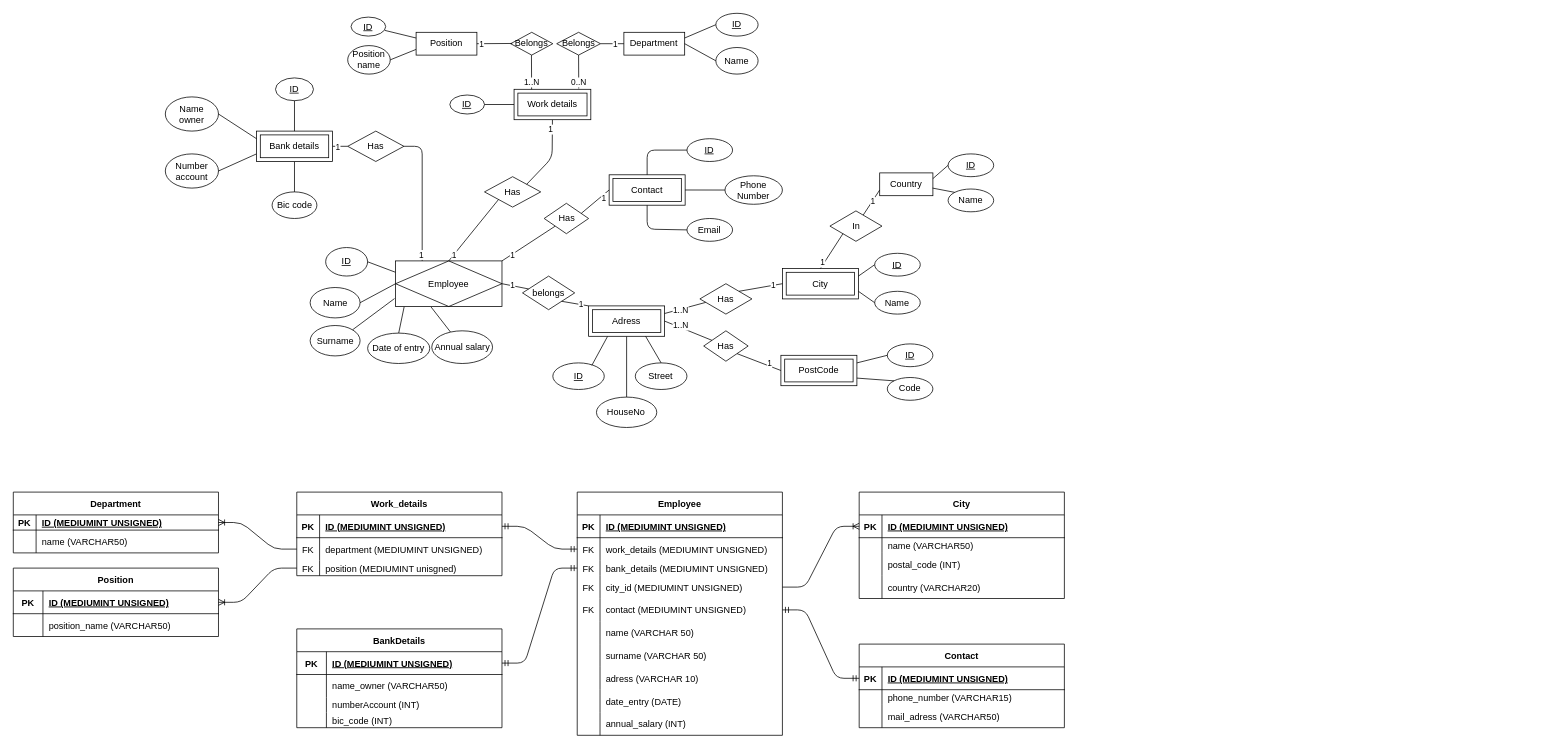
The draw.io diagram Scheme_database.drawio in AntoineD74/Database-project, before the edit. Source tidied: cells renumbered, new cells numbered last; positions are measured from the earlier drawing's top-left corner, leaving out a move shared by most shapes. Both pictures are drawn from the tidied source at 76%, with x=0, y=0 at pixel (13, 13).
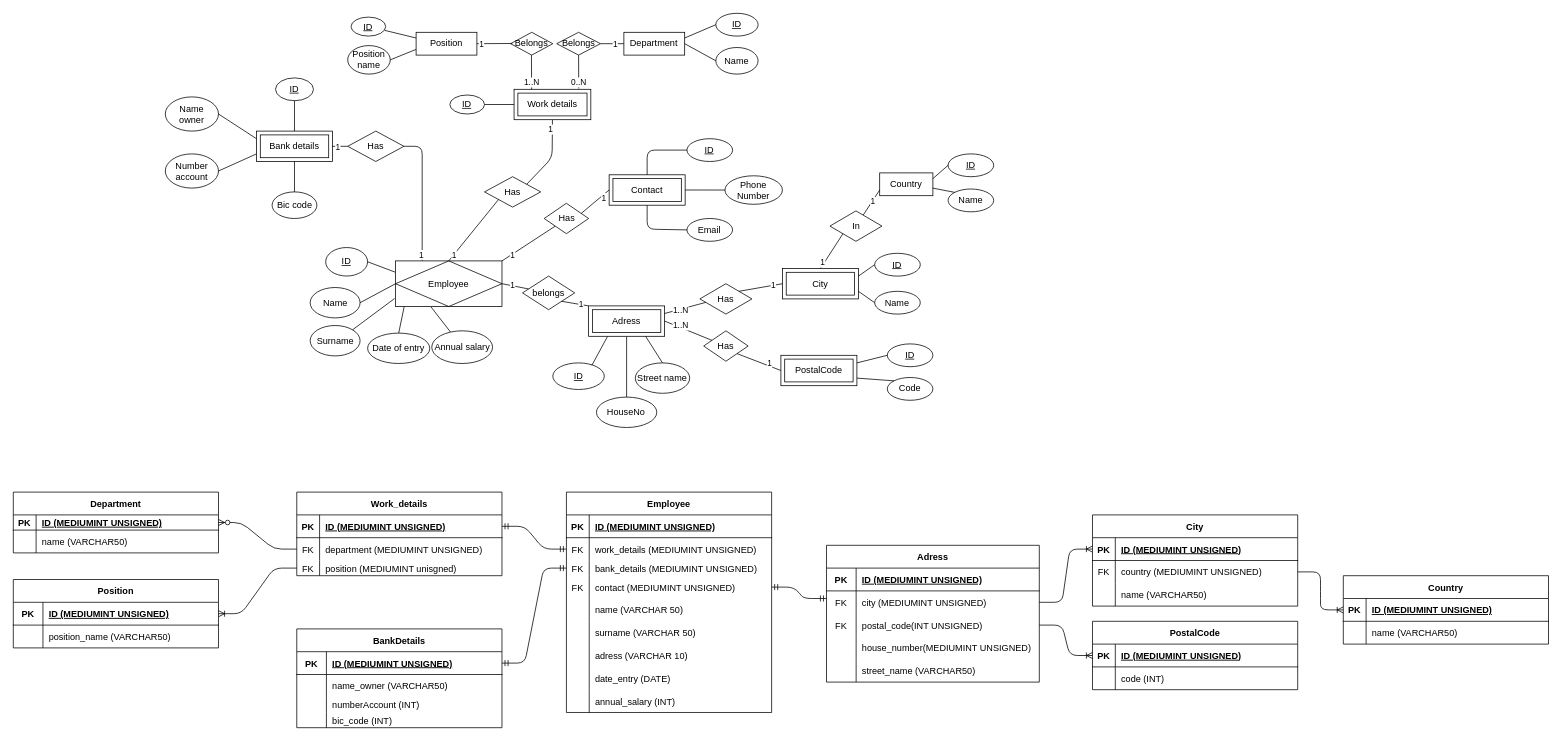
The same diagram, later.

The change refers to these unchanged cells:
```xml
<mxCell id="74" style="shape=partialRectangle;fillColor=none;top=0;left=0;bottom=1;right=0;points=[[0,0.5],[1,0.5]];portConstraint=eastwest;" parent="73" vertex="1">
  <mxGeometry y="30" width="270" height="30" as="geometry" />
</mxCell>
<mxCell id="87" style="shape=partialRectangle;fillColor=none;top=0;left=0;bottom=1;right=0;points=[[0,0.5],[1,0.5]];portConstraint=eastwest;" parent="86" vertex="1">
  <mxGeometry y="30" width="270" height="30" as="geometry" />
</mxCell>
<mxCell id="100" style="shape=partialRectangle;fillColor=none;top=0;left=0;bottom=0;right=0;points=[[0,0.5],[1,0.5]];portConstraint=eastwest;" parent="96" vertex="1">
  <mxGeometry y="60" width="270" height="30" as="geometry" />
</mxCell>
<mxCell id="107" style="shape=partialRectangle;fillColor=none;top=0;left=0;bottom=1;right=0;points=[[0,0.5],[1,0.5]];portConstraint=eastwest;" parent="106" vertex="1">
  <mxGeometry y="30" width="270" height="20" as="geometry" />
</mxCell>
```

Diff of the diagram source:
```diff
@@
-    <mxCell id="23" value="Street" style="ellipse;whiteSpace=wrap;html=1;" parent="1" vertex="1">
-      <mxGeometry x="818.4" y="460" width="68" height="35" as="geometry" />
+    <mxCell id="23" value="Street name" style="ellipse;whiteSpace=wrap;html=1;" parent="1" vertex="1">
+      <mxGeometry x="818.4" y="460" width="71.6" height="40" as="geometry" />
     </mxCell>
@@
     <mxCell id="42" value="Employee" style="shape=table;startSize=30;childLayout=tableLayout;rowLines=0;fontStyle=1;align=center;" parent="1" vertex="1">
-      <mxGeometry x="742" y="630" width="270" height="320" as="geometry" />
+      <mxGeometry x="727.8" y="630" width="270" height="290" as="geometry" />
     </mxCell>
@@
-    <mxCell id="52" style="shape=partialRectangle;fillColor=none;top=0;left=0;bottom=0;right=0;points=[[0,0.5],[1,0.5]];portConstraint=eastwest;" parent="42" vertex="1">
-      <mxGeometry y="110" width="270" height="30" as="geometry" />
-    </mxCell>
-    <mxCell id="53" value="FK" style="shape=partialRectangle;fillColor=none;top=0;left=0;bottom=0;right=0;overflow=hidden;" parent="52" vertex="1">
-      <mxGeometry width="30" height="30" as="geometry" />
-    </mxCell>
-    <mxCell id="54" value="city_id (MEDIUMINT UNSIGNED)" style="shape=partialRectangle;fillColor=none;top=0;left=0;bottom=0;right=0;align=left;spacingLeft=6;overflow=hidden;" parent="52" vertex="1">
-      <mxGeometry x="30" width="240" height="30" as="geometry" />
-    </mxCell>
     <mxCell id="55" style="shape=partialRectangle;fillColor=none;top=0;left=0;bottom=0;right=0;points=[[0,0.5],[1,0.5]];portConstraint=eastwest;" parent="42" vertex="1">
-      <mxGeometry y="140" width="270" height="30" as="geometry" />
+      <mxGeometry y="110" width="270" height="30" as="geometry" />
     </mxCell>
@@
     <mxCell id="58" style="shape=partialRectangle;fillColor=none;top=0;left=0;bottom=0;right=0;" parent="42" vertex="1">
-      <mxGeometry y="170" width="270" height="30" as="geometry" />
+      <mxGeometry y="140" width="270" height="30" as="geometry" />
     </mxCell>
@@
     <mxCell id="61" style="shape=partialRectangle;fillColor=none;top=0;left=0;bottom=0;right=0;" parent="42" vertex="1">
-      <mxGeometry y="200" width="270" height="30" as="geometry" />
+      <mxGeometry y="170" width="270" height="30" as="geometry" />
     </mxCell>
@@
     <mxCell id="64" style="shape=partialRectangle;fillColor=none;top=0;left=0;bottom=0;right=0;" parent="42" vertex="1">
-      <mxGeometry y="230" width="270" height="30" as="geometry" />
+      <mxGeometry y="200" width="270" height="30" as="geometry" />
     </mxCell>
@@
     <mxCell id="67" style="shape=partialRectangle;fillColor=none;top=0;left=0;bottom=0;right=0;" parent="42" vertex="1">
-      <mxGeometry y="260" width="270" height="30" as="geometry" />
+      <mxGeometry y="230" width="270" height="30" as="geometry" />
     </mxCell>
@@
     <mxCell id="70" style="shape=partialRectangle;fillColor=none;top=0;left=0;bottom=0;right=0;" parent="42" vertex="1">
-      <mxGeometry y="290" width="270" height="30" as="geometry" />
+      <mxGeometry y="260" width="270" height="30" as="geometry" />
     </mxCell>
@@
     <mxCell id="73" value="City" style="shape=table;startSize=30;childLayout=tableLayout;rowLines=0;fontStyle=1;align=center;" parent="1" vertex="1">
-      <mxGeometry x="1113" y="630" width="270" height="140" as="geometry" />
+      <mxGeometry x="1420" y="660" width="270" height="120" as="geometry" />
     </mxCell>
@@
+    <mxCell id="80" style="shape=partialRectangle;fillColor=none;top=0;left=0;bottom=0;right=0;points=[[0,0.5],[1,0.5]];portConstraint=eastwest;" parent="73" vertex="1">
+      <mxGeometry y="60" width="270" height="30" as="geometry" />
+    </mxCell>
+    <mxCell id="81" value="FK" style="shape=partialRectangle;fillColor=none;top=0;left=0;bottom=0;right=0;overflow=hidden;" parent="80" vertex="1">
+      <mxGeometry width="30" height="30" as="geometry" />
+    </mxCell>
+    <mxCell id="82" value="country (MEDIUMINT UNSIGNED)" style="shape=partialRectangle;fillColor=none;top=0;left=0;bottom=0;right=0;align=left;spacingLeft=6;overflow=hidden;" parent="80" vertex="1">
+      <mxGeometry x="30" width="240" height="30" as="geometry" />
+    </mxCell>
     <mxCell id="77" style="shape=partialRectangle;fillColor=none;top=0;left=0;bottom=0;right=0;" parent="73" vertex="1">
-      <mxGeometry y="60" width="270" height="20" as="geometry" />
+      <mxGeometry y="90" width="270" height="30" as="geometry" />
     </mxCell>
     <mxCell id="78" style="shape=partialRectangle;fillColor=none;top=0;left=0;bottom=0;right=0;overflow=hidden;" parent="77" vertex="1">
-      <mxGeometry width="30" height="20" as="geometry" />
+      <mxGeometry width="30" height="30" as="geometry" />
     </mxCell>
     <mxCell id="79" value="name (VARCHAR50)" style="shape=partialRectangle;fillColor=none;top=0;left=0;bottom=0;right=0;align=left;spacingLeft=6;overflow=hidden;" parent="77" vertex="1">
-      <mxGeometry x="30" width="240" height="20" as="geometry" />
+      <mxGeometry x="30" width="240" height="30" as="geometry" />
     </mxCell>
-    <mxCell id="80" style="shape=partialRectangle;fillColor=none;top=0;left=0;bottom=0;right=0;points=[[0,0.5],[1,0.5]];portConstraint=eastwest;" parent="73" vertex="1">
-      <mxGeometry y="80" width="270" height="30" as="geometry" />
-    </mxCell>
-    <mxCell id="81" style="shape=partialRectangle;fillColor=none;top=0;left=0;bottom=0;right=0;overflow=hidden;" parent="80" vertex="1">
-      <mxGeometry width="30" height="30" as="geometry" />
-    </mxCell>
-    <mxCell id="82" value="postal_code (INT)" style="shape=partialRectangle;fillColor=none;top=0;left=0;bottom=0;right=0;align=left;spacingLeft=6;overflow=hidden;" parent="80" vertex="1">
-      <mxGeometry x="30" width="240" height="30" as="geometry" />
-    </mxCell>
-    <mxCell id="83" style="shape=partialRectangle;fillColor=none;top=0;left=0;bottom=0;right=0;" parent="73" vertex="1">
-      <mxGeometry y="110" width="270" height="30" as="geometry" />
-    </mxCell>
-    <mxCell id="84" style="shape=partialRectangle;fillColor=none;top=0;left=0;bottom=0;right=0;overflow=hidden;" parent="83" vertex="1">
-      <mxGeometry width="30" height="30" as="geometry" />
-    </mxCell>
-    <mxCell id="85" value="country (VARCHAR20)" style="shape=partialRectangle;fillColor=none;top=0;left=0;bottom=0;right=0;align=left;spacingLeft=6;overflow=hidden;" parent="83" vertex="1">
-      <mxGeometry x="30" width="240" height="30" as="geometry" />
-    </mxCell>
-    <mxCell id="86" value="Contact" style="shape=table;startSize=30;childLayout=tableLayout;rowLines=0;fontStyle=1;align=center;" parent="1" vertex="1">
-      <mxGeometry x="1113" y="830" width="270" height="110" as="geometry" />
+    <mxCell id="86" value="PostalCode" style="shape=table;startSize=30;childLayout=tableLayout;rowLines=0;fontStyle=1;align=center;" parent="1" vertex="1">
+      <mxGeometry x="1420" y="800" width="270" height="90" as="geometry" />
     </mxCell>
@@
     <mxCell id="90" style="shape=partialRectangle;fillColor=none;top=0;left=0;bottom=0;right=0;" parent="86" vertex="1">
-      <mxGeometry y="60" width="270" height="20" as="geometry" />
+      <mxGeometry y="60" width="270" height="30" as="geometry" />
     </mxCell>
     <mxCell id="91" style="shape=partialRectangle;fillColor=none;top=0;left=0;bottom=0;right=0;overflow=hidden;" parent="90" vertex="1">
-      <mxGeometry width="30" height="20" as="geometry" />
+      <mxGeometry width="30" height="30" as="geometry" />
     </mxCell>
-    <mxCell id="92" value="phone_number (VARCHAR15)" style="shape=partialRectangle;fillColor=none;top=0;left=0;bottom=0;right=0;align=left;spacingLeft=6;overflow=hidden;" parent="90" vertex="1">
-      <mxGeometry x="30" width="240" height="20" as="geometry" />
+    <mxCell id="92" value="code (INT)" style="shape=partialRectangle;fillColor=none;top=0;left=0;bottom=0;right=0;align=left;spacingLeft=6;overflow=hidden;" parent="90" vertex="1">
+      <mxGeometry x="30" width="240" height="30" as="geometry" />
     </mxCell>
-    <mxCell id="93" style="shape=partialRectangle;fillColor=none;top=0;left=0;bottom=0;right=0;" parent="86" vertex="1">
-      <mxGeometry y="80" width="270" height="30" as="geometry" />
-    </mxCell>
-    <mxCell id="94" style="shape=partialRectangle;fillColor=none;top=0;left=0;bottom=0;right=0;overflow=hidden;" parent="93" vertex="1">
-      <mxGeometry width="30" height="30" as="geometry" />
-    </mxCell>
-    <mxCell id="95" value="mail_adress (VARCHAR50)" style="shape=partialRectangle;fillColor=none;top=0;left=0;bottom=0;right=0;align=left;spacingLeft=6;overflow=hidden;" parent="93" vertex="1">
-      <mxGeometry x="30" width="240" height="30" as="geometry" />
-    </mxCell>
@@
-    <mxCell id="127" style="edgeStyle=entityRelationEdgeStyle;fontSize=12;html=1;endArrow=ERmandOne;startArrow=ERmandOne;exitX=1;exitY=0.5;exitDx=0;exitDy=0;entryX=0;entryY=0.5;entryDx=0;entryDy=0;" parent="1" edge="1" source="55" target="87">
-      <mxGeometry relative="1" as="geometry" />
+    <mxCell id="127" style="edgeStyle=entityRelationEdgeStyle;fontSize=12;html=1;endArrow=ERmandOne;startArrow=ERmandOne;exitX=1;exitY=0.5;exitDx=0;exitDy=0;" parent="1" edge="1" source="55">
+      <mxGeometry relative="1" as="geometry">
+        <mxPoint x="1070" y="770" as="targetPoint" />
+      </mxGeometry>
     </mxCell>
-    <mxCell id="128" style="edgeStyle=entityRelationEdgeStyle;fontSize=12;html=1;endArrow=ERoneToMany;entryX=0;entryY=0.5;entryDx=0;entryDy=0;exitX=1;exitY=0.5;exitDx=0;exitDy=0;" parent="1" edge="1" source="52" target="74">
+    <mxCell id="128" style="edgeStyle=entityRelationEdgeStyle;fontSize=12;html=1;endArrow=ERoneToMany;exitX=1;exitY=0.5;exitDx=0;exitDy=0;entryX=0;entryY=0.5;entryDx=0;entryDy=0;" parent="1" edge="1" source="220" target="74">
       <mxGeometry relative="1" as="geometry" />
     </mxCell>
-    <mxCell id="129" style="edgeStyle=entityRelationEdgeStyle;fontSize=12;html=1;endArrow=ERoneToMany;entryX=1;entryY=0.5;entryDx=0;entryDy=0;exitX=0;exitY=0.5;exitDx=0;exitDy=0;" parent="1" edge="1" source="100" target="107">
-      <mxGeometry relative="1" as="geometry" />
-    </mxCell>
@@
-    <mxCell id="151" value="PostCode" style="shape=ext;margin=3;double=1;whiteSpace=wrap;html=1;align=center;" parent="1" vertex="1">
+    <mxCell id="151" value="PostalCode" style="shape=ext;margin=3;double=1;whiteSpace=wrap;html=1;align=center;" parent="1" vertex="1">
       <mxGeometry x="1010" y="450" width="100" height="40" as="geometry" />
     </mxCell>
@@
     <mxCell id="200" value="Position" style="shape=table;startSize=30;childLayout=tableLayout;rowLines=0;fontStyle=1;align=center;" parent="1" vertex="1">
-      <mxGeometry y="730" width="270" height="90" as="geometry" />
+      <mxGeometry y="745" width="270" height="90" as="geometry" />
     </mxCell>
@@
+    <mxCell id="208" value="Country" style="shape=table;startSize=30;childLayout=tableLayout;rowLines=0;fontStyle=1;align=center;" parent="1" vertex="1">
+      <mxGeometry x="1750" y="740" width="270" height="90" as="geometry" />
+    </mxCell>
+    <mxCell id="209" style="shape=partialRectangle;fillColor=none;top=0;left=0;bottom=1;right=0;points=[[0,0.5],[1,0.5]];portConstraint=eastwest;" parent="208" vertex="1">
+      <mxGeometry y="30" width="270" height="30" as="geometry" />
+    </mxCell>
+    <mxCell id="210" value="PK" style="shape=partialRectangle;fillColor=none;top=0;left=0;bottom=0;right=0;fontStyle=1;overflow=hidden;" parent="209" vertex="1">
+      <mxGeometry width="30" height="30" as="geometry" />
+    </mxCell>
+    <mxCell id="211" value="ID (MEDIUMINT UNSIGNED)" style="shape=partialRectangle;fillColor=none;top=0;left=0;bottom=0;right=0;align=left;spacingLeft=6;fontStyle=5;overflow=hidden;" parent="209" vertex="1">
+      <mxGeometry x="30" width="240" height="30" as="geometry" />
+    </mxCell>
+    <mxCell id="212" style="shape=partialRectangle;fillColor=none;top=0;left=0;bottom=0;right=0;" parent="208" vertex="1">
+      <mxGeometry y="60" width="270" height="30" as="geometry" />
+    </mxCell>
+    <mxCell id="213" style="shape=partialRectangle;fillColor=none;top=0;left=0;bottom=0;right=0;overflow=hidden;" parent="212" vertex="1">
+      <mxGeometry width="30" height="30" as="geometry" />
+    </mxCell>
+    <mxCell id="214" value="name (VARCHAR50)" style="shape=partialRectangle;fillColor=none;top=0;left=0;bottom=0;right=0;align=left;spacingLeft=6;overflow=hidden;" parent="212" vertex="1">
+      <mxGeometry x="30" width="240" height="30" as="geometry" />
+    </mxCell>
+    <mxCell id="129" style="edgeStyle=entityRelationEdgeStyle;fontSize=12;html=1;endArrow=ERzeroToMany;endFill=1;entryX=1;entryY=0.5;entryDx=0;entryDy=0;exitX=0;exitY=0.5;exitDx=0;exitDy=0;" parent="1" edge="1" source="100" target="107">
+      <mxGeometry relative="1" as="geometry" />
+    </mxCell>
+    <mxCell id="215" style="edgeStyle=entityRelationEdgeStyle;fontSize=12;html=1;endArrow=ERoneToMany;entryX=0;entryY=0.5;entryDx=0;entryDy=0;exitX=1;exitY=0.5;exitDx=0;exitDy=0;" parent="1" edge="1" source="80" target="209">
+      <mxGeometry relative="1" as="geometry" />
+    </mxCell>
+    <mxCell id="216" value="Adress" style="shape=table;startSize=30;childLayout=tableLayout;rowLines=0;fontStyle=1;align=center;" parent="1" vertex="1">
+      <mxGeometry x="1070" y="700" width="280" height="180" as="geometry" />
+    </mxCell>
+    <mxCell id="217" style="shape=partialRectangle;fillColor=none;top=0;left=0;bottom=1;right=0;" parent="216" vertex="1">
+      <mxGeometry y="30" width="280" height="30" as="geometry" />
+    </mxCell>
+    <mxCell id="218" value="PK" style="shape=partialRectangle;fillColor=none;top=0;left=0;bottom=0;right=0;fontStyle=1;overflow=hidden;" parent="217" vertex="1">
+      <mxGeometry width="39" height="30" as="geometry" />
+    </mxCell>
+    <mxCell id="219" value="ID (MEDIUMINT UNSIGNED)" style="shape=partialRectangle;fillColor=none;top=0;left=0;bottom=0;right=0;align=left;spacingLeft=6;fontStyle=5;overflow=hidden;" parent="217" vertex="1">
+      <mxGeometry x="39" width="241" height="30" as="geometry" />
+    </mxCell>
+    <mxCell id="220" style="shape=partialRectangle;fillColor=none;top=0;left=0;bottom=0;right=0;points=[[0,0.5],[1,0.5]];portConstraint=eastwest;" parent="216" vertex="1">
+      <mxGeometry y="60" width="280" height="30" as="geometry" />
+    </mxCell>
+    <mxCell id="221" value="FK" style="shape=partialRectangle;fillColor=none;top=0;left=0;bottom=0;right=0;overflow=hidden;" parent="220" vertex="1">
+      <mxGeometry width="39" height="30" as="geometry" />
+    </mxCell>
+    <mxCell id="222" value="city (MEDIUMINT UNSIGNED)" style="shape=partialRectangle;fillColor=none;top=0;left=0;bottom=0;right=0;align=left;spacingLeft=6;overflow=hidden;" parent="220" vertex="1">
+      <mxGeometry x="39" width="241" height="30" as="geometry" />
+    </mxCell>
+    <mxCell id="223" style="shape=partialRectangle;fillColor=none;top=0;left=0;bottom=0;right=0;points=[[0,0.5],[1,0.5]];portConstraint=eastwest;" parent="216" vertex="1">
+      <mxGeometry y="90" width="280" height="30" as="geometry" />
+    </mxCell>
+    <mxCell id="224" value="FK" style="shape=partialRectangle;fillColor=none;top=0;left=0;bottom=0;right=0;overflow=hidden;" parent="223" vertex="1">
+      <mxGeometry width="39" height="30" as="geometry" />
+    </mxCell>
+    <mxCell id="225" value="postal_code(INT UNSIGNED)" style="shape=partialRectangle;fillColor=none;top=0;left=0;bottom=0;right=0;align=left;spacingLeft=6;overflow=hidden;" parent="223" vertex="1">
+      <mxGeometry x="39" width="241" height="30" as="geometry" />
+    </mxCell>
+    <mxCell id="226" style="shape=partialRectangle;fillColor=none;top=0;left=0;bottom=0;right=0;" parent="216" vertex="1">
+      <mxGeometry y="120" width="280" height="30" as="geometry" />
+    </mxCell>
+    <mxCell id="227" style="shape=partialRectangle;fillColor=none;top=0;left=0;bottom=0;right=0;overflow=hidden;" parent="226" vertex="1">
+      <mxGeometry width="39" height="30" as="geometry" />
+    </mxCell>
+    <mxCell id="228" value="house_number(MEDIUMINT UNSIGNED)" style="shape=partialRectangle;fillColor=none;top=0;left=0;bottom=0;right=0;align=left;spacingLeft=6;overflow=hidden;" parent="226" vertex="1">
+      <mxGeometry x="39" width="241" height="30" as="geometry" />
+    </mxCell>
+    <mxCell id="229" style="shape=partialRectangle;fillColor=none;top=0;left=0;bottom=0;right=0;" parent="216" vertex="1">
+      <mxGeometry y="150" width="280" height="30" as="geometry" />
+    </mxCell>
+    <mxCell id="230" style="shape=partialRectangle;fillColor=none;top=0;left=0;bottom=0;right=0;overflow=hidden;" parent="229" vertex="1">
+      <mxGeometry width="39" height="30" as="geometry" />
+    </mxCell>
+    <mxCell id="231" value="street_name (VARCHAR50)" style="shape=partialRectangle;fillColor=none;top=0;left=0;bottom=0;right=0;align=left;spacingLeft=6;overflow=hidden;" parent="229" vertex="1">
+      <mxGeometry x="39" width="241" height="30" as="geometry" />
+    </mxCell>
+    <mxCell id="232" style="edgeStyle=entityRelationEdgeStyle;fontSize=12;html=1;endArrow=ERoneToMany;exitX=1;exitY=0.5;exitDx=0;exitDy=0;entryX=0;entryY=0.5;entryDx=0;entryDy=0;" parent="1" edge="1" source="223" target="87">
+      <mxGeometry relative="1" as="geometry" />
+    </mxCell>
```
